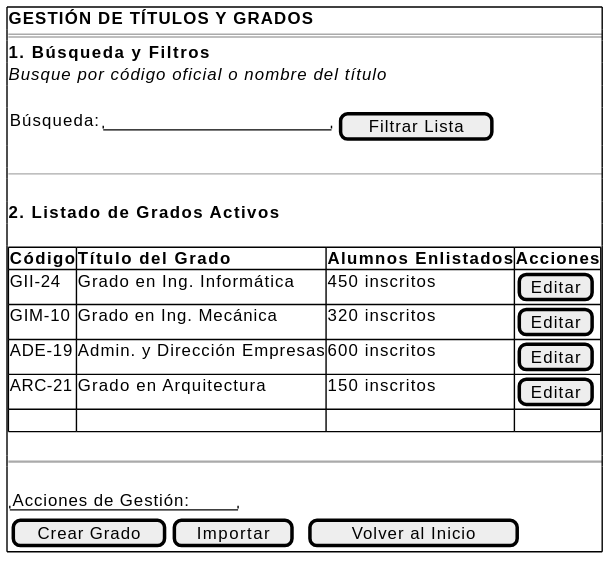
martinlopez7/25-26-IdSw1-SdR keeps this PlantUML diagram as documents/casos-de-uso/prototipadoCasosDeUso/verGrados/verGrados.svg. Above is the earlier version.
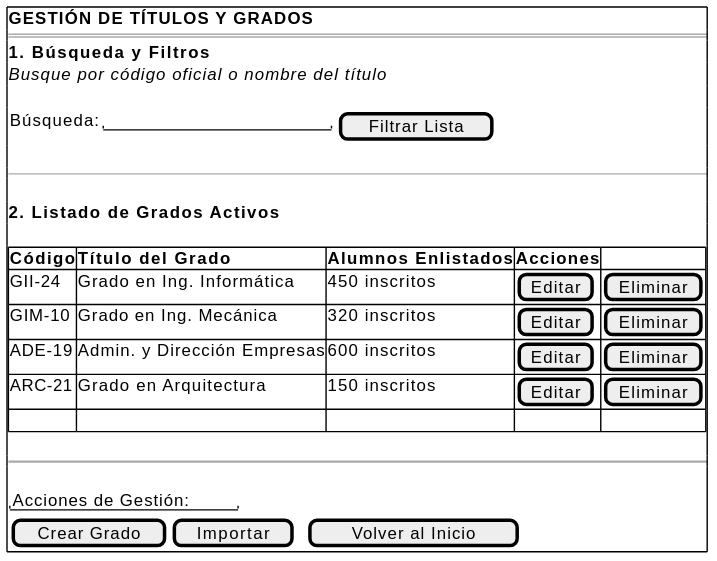
Above is the later version.

What changed in the source:
```diff
@@ -15,10 +15,10 @@
     .
     {#
         <b>Código</b> | <b>Título del Grado</b> | <b>Alumnos Enlistados</b> | <b>Acciones</b>
-        GII-24 | Grado en Ing. Informática | 450 inscritos | [Editar]
-        GIM-10 | Grado en Ing. Mecánica | 320 inscritos | [Editar]
-        ADE-19 | Admin. y Dirección Empresas | 600 inscritos | [Editar]
-        ARC-21 | Grado en Arquitectura | 150 inscritos | [Editar]
+        GII-24 | Grado en Ing. Informática | 450 inscritos | [Editar] | [Eliminar]
+        GIM-10 | Grado en Ing. Mecánica | 320 inscritos | [Editar] | [Eliminar]
+        ADE-19 | Admin. y Dirección Empresas | 600 inscritos | [Editar] | [Eliminar]
+        ARC-21 | Grado en Arquitectura | 150 inscritos | [Editar] | [Eliminar]
         . | . | . | .
     }
     .
```
